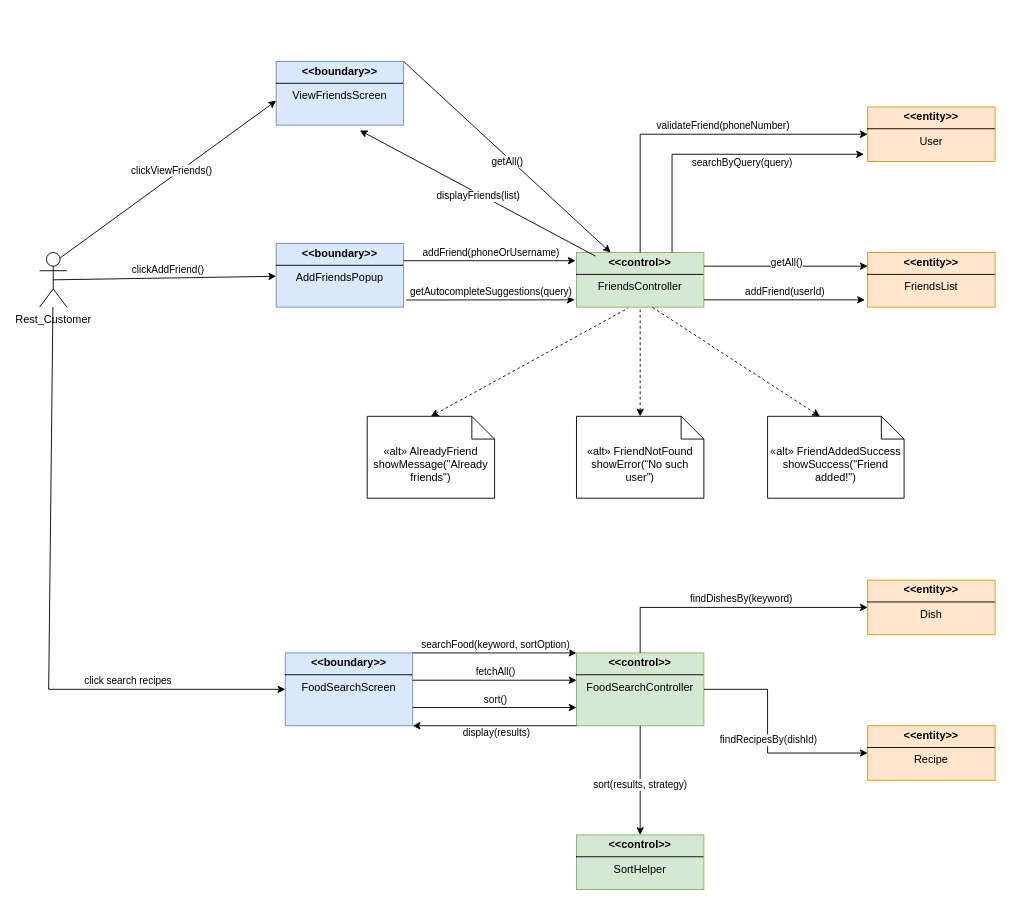
Above: Robustness-Diagram-v1.0/robustness_diagram_xristos.drawio in TMCEID/SoftEngFishApp (draw.io), before the change. Source tidied: cells renumbered, new cells numbered last; positions are measured from the earlier drawing's top-left corner, leaving out a move shared by most shapes. Both pictures are drawn from the tidied source at 91%, with x=0, y=0 at pixel (39, 61).
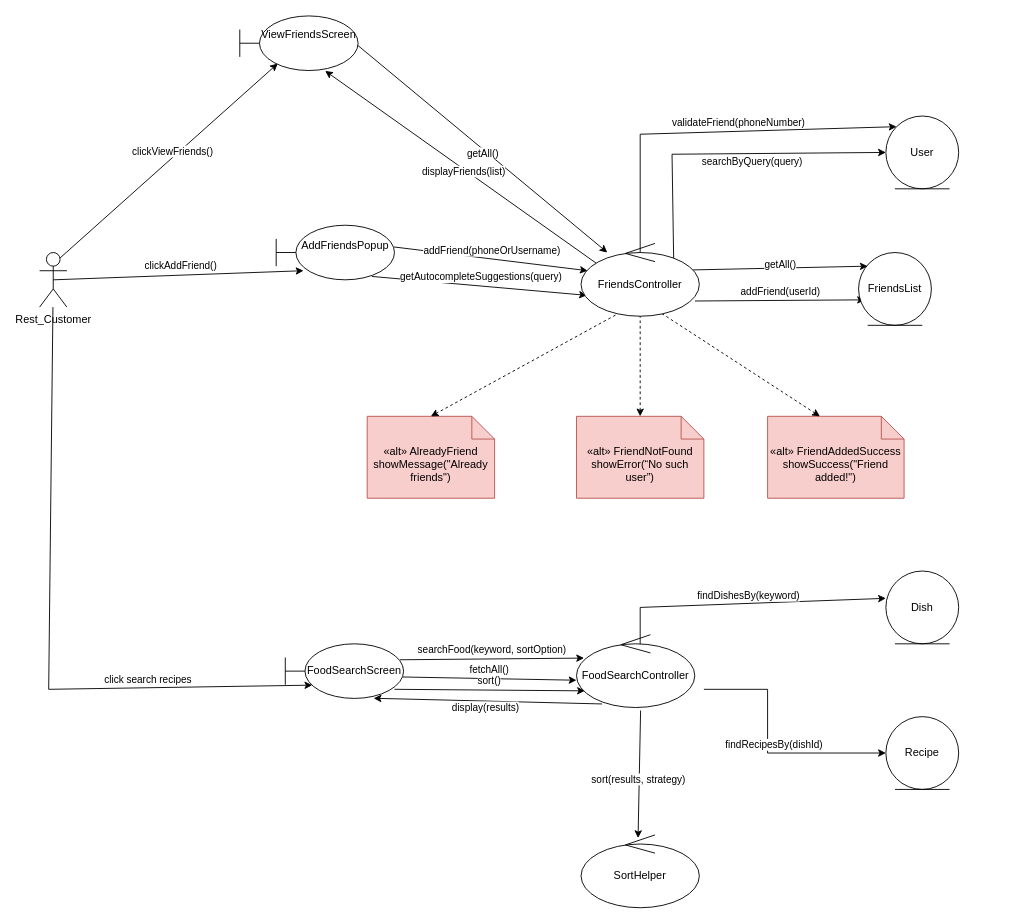
After the change.

The change refers to these unchanged cells:
```xml
<mxCell id="2" value="Rest_Customer" style="shape=umlActor;verticalLabelPosition=bottom;verticalAlign=top;html=1;" parent="1" vertex="1">
  <mxGeometry y="210" width="30" height="60" as="geometry" />
</mxCell>
```

Change to the diagram source:
```diff
@@
-    <mxCell id="3" value="&lt;p style=&quot;margin:0px;margin-top:4px;text-align:center;&quot;&gt;&lt;b&gt;&amp;lt;&amp;lt;boundary&amp;gt;&amp;gt;&lt;/b&gt;&lt;/p&gt;&lt;hr size=&quot;1&quot; style=&quot;border-style:solid;&quot;&gt;&lt;div style=&quot;text-align: center; height: 2px;&quot;&gt;AddFriendsPopup&lt;/div&gt;&lt;div style=&quot;text-align: center; height: 2px;&quot;&gt;&lt;br&gt;&lt;/div&gt;&lt;div style=&quot;text-align: center; height: 2px;&quot;&gt;&lt;br&gt;&lt;/div&gt;&lt;div style=&quot;text-align: center; height: 2px;&quot;&gt;&lt;br&gt;&lt;/div&gt;&lt;div style=&quot;text-align: center; height: 2px;&quot;&gt;&lt;br&gt;&lt;/div&gt;&lt;div style=&quot;text-align: center; height: 2px;&quot;&gt;&lt;br&gt;&lt;/div&gt;&lt;div style=&quot;text-align: center; height: 2px;&quot;&gt;&lt;br&gt;&lt;/div&gt;" style="verticalAlign=top;align=left;overflow=fill;html=1;whiteSpace=wrap;fillColor=#dae8fc;strokeColor=#6c8ebf;" parent="1" vertex="1">
-      <mxGeometry x="260" y="200" width="140" height="70" as="geometry" />
-    </mxCell>
-    <mxCell id="4" style="endArrow=classic;html=1;rounded=0;exitX=0.5;exitY=0.5;exitDx=0;exitDy=0;exitPerimeter=0;" parent="1" edge="1" source="2" target="3">
+    <mxCell id="4" style="endArrow=classic;html=1;rounded=0;exitX=0.5;exitY=0.5;exitDx=0;exitDy=0;exitPerimeter=0;entryX=0.231;entryY=0.833;entryDx=0;entryDy=0;entryPerimeter=0;" parent="1" edge="1" source="2" target="56">
       <mxGeometry relative="1" as="geometry" />
     </mxCell>
@@
-    <mxCell id="6" value="&lt;p style=&quot;margin:0px;margin-top:4px;text-align:center;&quot;&gt;&lt;b&gt;&amp;lt;&amp;lt;control&amp;gt;&amp;gt;&lt;/b&gt;&lt;/p&gt;&lt;hr size=&quot;1&quot; style=&quot;border-style:solid;&quot;&gt;&lt;div style=&quot;text-align: center; height: 2px;&quot;&gt;FriendsController&lt;/div&gt;" style="verticalAlign=top;align=left;overflow=fill;html=1;whiteSpace=wrap;fillColor=#d5e8d4;strokeColor=#82b366;" parent="1" vertex="1">
-      <mxGeometry x="590" y="210" width="140" height="60" as="geometry" />
-    </mxCell>
-    <mxCell id="7" style="endArrow=classic;html=1;rounded=0;entryX=-0.007;entryY=0.15;entryDx=0;entryDy=0;entryPerimeter=0;" parent="1" edge="1" target="6">
-      <mxGeometry relative="1" as="geometry">
-        <mxPoint x="400" y="219" as="sourcePoint" />
-      </mxGeometry>
+    <mxCell id="7" style="endArrow=classic;html=1;rounded=0;entryX=0.056;entryY=0.375;entryDx=0;entryDy=0;entryPerimeter=0;exitX=0.996;exitY=0.398;exitDx=0;exitDy=0;exitPerimeter=0;" parent="1" edge="1" source="56" target="57">
+      <mxGeometry relative="1" as="geometry" />
     </mxCell>
@@
-    <mxCell id="9" value="&lt;p style=&quot;margin:0px;margin-top:4px;text-align:center;&quot;&gt;&lt;b&gt;&amp;lt;&amp;lt;entity&amp;gt;&amp;gt;&lt;/b&gt;&lt;/p&gt;&lt;hr size=&quot;1&quot; style=&quot;border-style:solid;&quot;&gt;&lt;div style=&quot;text-align: center; height: 2px;&quot;&gt;FriendsList&lt;/div&gt;" style="verticalAlign=top;align=left;overflow=fill;html=1;whiteSpace=wrap;fillColor=#ffe6cc;strokeColor=#d79b00;" parent="1" vertex="1">
-      <mxGeometry x="910" y="210" width="140" height="60" as="geometry" />
-    </mxCell>
-    <mxCell id="10" style="endArrow=classic;html=1;rounded=0;exitX=1;exitY=0.867;exitDx=0;exitDy=0;exitPerimeter=0;" parent="1" edge="1" source="6">
+    <mxCell id="10" style="endArrow=classic;html=1;rounded=0;exitX=0.963;exitY=0.791;exitDx=0;exitDy=0;exitPerimeter=0;" parent="1" edge="1" source="57">
       <mxGeometry relative="1" as="geometry">
         <mxPoint x="907" y="262" as="targetPoint" />
       </mxGeometry>
     </mxCell>
@@
-    <mxCell id="12" value="&lt;p style=&quot;margin:0px;margin-top:4px;text-align:center;&quot;&gt;&lt;b&gt;&amp;lt;&amp;lt;entity&amp;gt;&amp;gt;&lt;/b&gt;&lt;/p&gt;&lt;hr size=&quot;1&quot; style=&quot;border-style:solid;&quot;&gt;&lt;div style=&quot;text-align: center; height: 2px;&quot;&gt;User&lt;/div&gt;" style="verticalAlign=top;align=left;overflow=fill;html=1;whiteSpace=wrap;fillColor=#ffe6cc;strokeColor=#d79b00;" parent="1" vertex="1">
-      <mxGeometry x="910" y="50" width="140" height="60" as="geometry" />
-    </mxCell>
-    <mxCell id="13" style="endArrow=classic;html=1;rounded=0;" parent="1" edge="1" source="6" target="12">
+    <mxCell id="13" style="endArrow=classic;html=1;rounded=0;entryX=0;entryY=0;entryDx=0;entryDy=0;" parent="1" edge="1" target="59">
       <mxGeometry relative="1" as="geometry">
+        <mxPoint x="660" y="210" as="sourcePoint" />
         <Array as="points">
           <mxPoint x="660" y="80" />
         </Array>
       </mxGeometry>
     </mxCell>
@@
-    <mxCell id="15" value="&lt;div&gt;«alt» FriendNotFound&lt;/div&gt;&lt;div&gt;showError(“No such user”)&lt;/div&gt;" style="shape=note2;boundedLbl=1;whiteSpace=wrap;html=1;size=25;verticalAlign=top;align=center;" parent="1" vertex="1">
+    <mxCell id="15" value="&lt;div&gt;«alt» FriendNotFound&lt;/div&gt;&lt;div&gt;showError(“No such user”)&lt;/div&gt;" style="shape=note2;boundedLbl=1;whiteSpace=wrap;html=1;size=25;verticalAlign=top;align=center;fillColor=#f8cecc;strokeColor=#b85450;" parent="1" vertex="1">
       <mxGeometry x="590" y="390" width="140" height="90" as="geometry" />
     </mxCell>
-    <mxCell id="16" style="endArrow=none;dashed=1;html=1;rounded=0;strokeColor=default;startArrow=classic;startFill=1;" parent="1" edge="1" source="15" target="6">
-      <mxGeometry relative="1" as="geometry" />
+    <mxCell id="16" style="endArrow=none;dashed=1;html=1;rounded=0;strokeColor=default;startArrow=classic;startFill=1;" parent="1" edge="1" source="15">
+      <mxGeometry relative="1" as="geometry">
+        <mxPoint x="660" y="270" as="targetPoint" />
+      </mxGeometry>
     </mxCell>
-    <mxCell id="17" value="&lt;p style=&quot;margin:0px;margin-top:4px;text-align:center;&quot;&gt;&lt;b&gt;&amp;lt;&amp;lt;boundary&amp;gt;&amp;gt;&lt;/b&gt;&lt;/p&gt;&lt;hr size=&quot;1&quot; style=&quot;border-style:solid;&quot;&gt;&lt;div style=&quot;text-align: center; height: 2px;&quot;&gt;FoodSearchScreen&lt;/div&gt;" style="verticalAlign=top;align=left;overflow=fill;html=1;whiteSpace=wrap;fillColor=#dae8fc;strokeColor=#6c8ebf;" parent="1" vertex="1">
-      <mxGeometry x="270" y="650" width="140" height="80" as="geometry" />
-    </mxCell>
-    <mxCell id="18" style="endArrow=classic;html=1;rounded=0;" parent="1" edge="1" source="2" target="17">
+    <mxCell id="18" style="endArrow=classic;html=1;rounded=0;entryX=0.228;entryY=0.757;entryDx=0;entryDy=0;entryPerimeter=0;" parent="1" edge="1" source="2" target="60">
       <mxGeometry relative="1" as="geometry">
         <Array as="points">
           <mxPoint x="10" y="690" />
         </Array>
       </mxGeometry>
     </mxCell>
@@
-    <mxCell id="20" value="&lt;p style=&quot;margin:0px;margin-top:4px;text-align:center;&quot;&gt;&lt;b&gt;&amp;lt;&amp;lt;control&amp;gt;&amp;gt;&lt;/b&gt;&lt;/p&gt;&lt;hr size=&quot;1&quot; style=&quot;border-style:solid;&quot;&gt;&lt;div style=&quot;text-align: center; height: 2px;&quot;&gt;FoodSearchController&lt;/div&gt;" style="verticalAlign=top;align=left;overflow=fill;html=1;whiteSpace=wrap;fillColor=#d5e8d4;strokeColor=#82b366;" parent="1" vertex="1">
-      <mxGeometry x="590" y="650" width="140" height="80" as="geometry" />
-    </mxCell>
-    <mxCell id="21" style="endArrow=classic;html=1;rounded=0;exitX=1;exitY=0;exitDx=0;exitDy=0;entryX=0;entryY=0;entryDx=0;entryDy=0;" parent="1" edge="1" source="17" target="20">
+    <mxCell id="21" style="endArrow=classic;html=1;rounded=0;exitX=0.968;exitY=0.292;exitDx=0;exitDy=0;entryX=0.064;entryY=0.321;entryDx=0;entryDy=0;exitPerimeter=0;entryPerimeter=0;" parent="1" edge="1" source="60" target="61">
       <mxGeometry relative="1" as="geometry" />
     </mxCell>
@@
-    <mxCell id="23" value="&lt;p style=&quot;margin:0px;margin-top:4px;text-align:center;&quot;&gt;&lt;b&gt;&amp;lt;&amp;lt;entity&amp;gt;&amp;gt;&lt;/b&gt;&lt;/p&gt;&lt;hr size=&quot;1&quot; style=&quot;border-style:solid;&quot;&gt;&lt;div style=&quot;text-align: center; height: 2px;&quot;&gt;Dish&lt;/div&gt;" style="verticalAlign=top;align=left;overflow=fill;html=1;whiteSpace=wrap;fillColor=#ffe6cc;strokeColor=#d79b00;" parent="1" vertex="1">
-      <mxGeometry x="910" y="570" width="140" height="60" as="geometry" />
-    </mxCell>
-    <mxCell id="24" value="&lt;p style=&quot;margin:0px;margin-top:4px;text-align:center;&quot;&gt;&lt;b&gt;&amp;lt;&amp;lt;entity&amp;gt;&amp;gt;&lt;/b&gt;&lt;/p&gt;&lt;hr size=&quot;1&quot; style=&quot;border-style:solid;&quot;&gt;&lt;div style=&quot;text-align: center; height: 2px;&quot;&gt;Recipe&lt;/div&gt;" style="verticalAlign=top;align=left;overflow=fill;html=1;whiteSpace=wrap;fillColor=#ffe6cc;strokeColor=#d79b00;" parent="1" vertex="1">
-      <mxGeometry x="910" y="730" width="140" height="60" as="geometry" />
-    </mxCell>
-    <mxCell id="25" style="endArrow=classic;html=1;rounded=0;" parent="1" edge="1" source="20" target="23">
+    <mxCell id="25" style="endArrow=classic;html=1;rounded=0;entryX=0;entryY=0.375;entryDx=0;entryDy=0;entryPerimeter=0;" parent="1" edge="1" target="64">
       <mxGeometry relative="1" as="geometry">
+        <mxPoint x="660" y="650" as="sourcePoint" />
         <Array as="points">
           <mxPoint x="660" y="600" />
         </Array>
       </mxGeometry>
     </mxCell>
@@
-    <mxCell id="27" style="endArrow=classic;html=1;rounded=0;" parent="1" edge="1" source="20" target="24">
+    <mxCell id="27" style="endArrow=classic;html=1;rounded=0;entryX=0;entryY=0.5;entryDx=0;entryDy=0;" parent="1" edge="1" target="63">
       <mxGeometry relative="1" as="geometry">
+        <mxPoint x="730" y="690" as="sourcePoint" />
         <Array as="points">
           <mxPoint x="800" y="690" />
           <mxPoint x="800" y="760" />
         </Array>
       </mxGeometry>
     </mxCell>
@@
-    <mxCell id="29" value="&lt;p style=&quot;margin:0px;margin-top:4px;text-align:center;&quot;&gt;&lt;b&gt;&amp;lt;&amp;lt;control&amp;gt;&amp;gt;&lt;/b&gt;&lt;/p&gt;&lt;hr size=&quot;1&quot; style=&quot;border-style:solid;&quot;&gt;&lt;div style=&quot;text-align: center; height: 2px;&quot;&gt;SortHelper&lt;/div&gt;" style="verticalAlign=top;align=left;overflow=fill;html=1;whiteSpace=wrap;fillColor=#d5e8d4;strokeColor=#82b366;" parent="1" vertex="1">
-      <mxGeometry x="590" y="850" width="140" height="60" as="geometry" />
-    </mxCell>
-    <mxCell id="30" style="endArrow=classic;html=1;rounded=0;" parent="1" edge="1" source="20" target="29">
+    <mxCell id="30" style="endArrow=classic;html=1;rounded=0;exitX=0.542;exitY=1.041;exitDx=0;exitDy=0;exitPerimeter=0;entryX=0.482;entryY=0.043;entryDx=0;entryDy=0;entryPerimeter=0;" parent="1" edge="1" source="61" target="62">
       <mxGeometry relative="1" as="geometry" />
     </mxCell>
@@
-    <mxCell id="32" style="endArrow=classic;html=1;rounded=0;entryX=1;entryY=1;entryDx=0;entryDy=0;exitX=0;exitY=1;exitDx=0;exitDy=0;" parent="1" edge="1" source="20" target="17">
+    <mxCell id="32" style="endArrow=classic;html=1;rounded=0;entryX=0.747;entryY=0.997;entryDx=0;entryDy=0;exitX=0.216;exitY=0.951;exitDx=0;exitDy=0;entryPerimeter=0;exitPerimeter=0;" parent="1" edge="1" source="61" target="60">
       <mxGeometry relative="1" as="geometry" />
     </mxCell>
@@
-    <mxCell id="34" style="endArrow=classic;html=1;rounded=0;exitX=1;exitY=0;exitDx=0;exitDy=0;" parent="1" edge="1" source="38" target="6">
-      <mxGeometry relative="1" as="geometry" />
+    <mxCell id="34" style="endArrow=classic;html=1;rounded=0;exitX=0.999;exitY=0.542;exitDx=0;exitDy=0;exitPerimeter=0;" parent="1" edge="1" source="55">
+      <mxGeometry relative="1" as="geometry">
+        <mxPoint x="623.9" y="210" as="targetPoint" />
+      </mxGeometry>
     </mxCell>
@@
-    <mxCell id="36" style="endArrow=classic;html=1;rounded=0;entryX=0;entryY=0.617;entryDx=0;entryDy=0;entryPerimeter=0;exitX=0.75;exitY=0.1;exitDx=0;exitDy=0;exitPerimeter=0;" parent="1" edge="1" source="2" target="38">
+    <mxCell id="36" style="endArrow=classic;html=1;rounded=0;entryX=0.321;entryY=0.872;entryDx=0;entryDy=0;entryPerimeter=0;exitX=0.75;exitY=0.1;exitDx=0;exitDy=0;exitPerimeter=0;" parent="1" edge="1" source="2" target="55">
       <mxGeometry relative="1" as="geometry" />
     </mxCell>
@@
-    <mxCell id="38" value="&lt;p style=&quot;margin:0px;margin-top:4px;text-align:center;&quot;&gt;&lt;b&gt;&amp;lt;&amp;lt;boundary&amp;gt;&amp;gt;&lt;/b&gt;&lt;/p&gt;&lt;hr size=&quot;1&quot; style=&quot;border-style:solid;&quot;&gt;&lt;div style=&quot;text-align: center; height: 2px;&quot;&gt;ViewFriendsScreen&lt;/div&gt;&lt;div style=&quot;text-align: center; height: 2px;&quot;&gt;&lt;br&gt;&lt;/div&gt;&lt;div style=&quot;text-align: center; height: 2px;&quot;&gt;&lt;br&gt;&lt;/div&gt;&lt;div style=&quot;text-align: center; height: 2px;&quot;&gt;&lt;br&gt;&lt;/div&gt;&lt;div style=&quot;text-align: center; height: 2px;&quot;&gt;&lt;br&gt;&lt;/div&gt;&lt;div style=&quot;text-align: center; height: 2px;&quot;&gt;&lt;br&gt;&lt;/div&gt;&lt;div style=&quot;text-align: center; height: 2px;&quot;&gt;&lt;br&gt;&lt;/div&gt;&lt;div style=&quot;text-align: center; height: 2px;&quot;&gt;&lt;br&gt;&lt;/div&gt;&lt;div style=&quot;text-align: center; height: 2px;&quot;&gt;&lt;br&gt;&lt;/div&gt;&lt;div style=&quot;text-align: center; height: 2px;&quot;&gt;&lt;br&gt;&lt;/div&gt;&lt;div style=&quot;text-align: center; height: 2px;&quot;&gt;&lt;br&gt;&lt;/div&gt;&lt;div style=&quot;text-align: center; height: 2px;&quot;&gt;&lt;br&gt;&lt;/div&gt;&lt;div style=&quot;text-align: center; height: 2px;&quot;&gt;&lt;br&gt;&lt;/div&gt;&lt;div style=&quot;text-align: center; height: 2px;&quot;&gt;&lt;br&gt;&lt;/div&gt;" style="verticalAlign=top;align=left;overflow=fill;html=1;whiteSpace=wrap;fillColor=#dae8fc;strokeColor=#6c8ebf;" parent="1" vertex="1">
-      <mxGeometry x="260" width="140" height="70" as="geometry" />
-    </mxCell>
-    <mxCell id="39" style="endArrow=classic;html=1;rounded=0;exitX=0.15;exitY=0.067;exitDx=0;exitDy=0;exitPerimeter=0;entryX=0.657;entryY=1.083;entryDx=0;entryDy=0;entryPerimeter=0;" parent="1" edge="1" source="6" target="38">
+    <mxCell id="39" style="endArrow=classic;html=1;rounded=0;exitX=0.16;exitY=0.308;exitDx=0;exitDy=0;exitPerimeter=0;entryX=0.722;entryY=1.007;entryDx=0;entryDy=0;entryPerimeter=0;" parent="1" edge="1" source="57" target="55">
       <mxGeometry relative="1" as="geometry" />
     </mxCell>
@@
-    <mxCell id="41" value="&lt;div&gt;«alt» AlreadyFriend&lt;/div&gt;&lt;div&gt;showMessage(&quot;Already friends&quot;)&lt;/div&gt;" style="shape=note2;boundedLbl=1;whiteSpace=wrap;html=1;size=25;verticalAlign=top;align=center;" parent="1" vertex="1">
+    <mxCell id="41" value="&lt;div&gt;«alt» AlreadyFriend&lt;/div&gt;&lt;div&gt;showMessage(&quot;Already friends&quot;)&lt;/div&gt;" style="shape=note2;boundedLbl=1;whiteSpace=wrap;html=1;size=25;verticalAlign=top;align=center;fillColor=#f8cecc;strokeColor=#b85450;" parent="1" vertex="1">
       <mxGeometry x="360" y="390" width="140" height="90" as="geometry" />
     </mxCell>
-    <mxCell id="42" value="&lt;div&gt;«alt» FriendAddedSuccess&lt;/div&gt;&lt;div&gt;showSuccess(&quot;Friend added!&quot;)&lt;/div&gt;" style="shape=note2;boundedLbl=1;whiteSpace=wrap;html=1;size=25;verticalAlign=top;align=center;" parent="1" vertex="1">
+    <mxCell id="42" value="&lt;div&gt;«alt» FriendAddedSuccess&lt;/div&gt;&lt;div&gt;showSuccess(&quot;Friend added!&quot;)&lt;/div&gt;" style="shape=note2;boundedLbl=1;whiteSpace=wrap;html=1;size=25;verticalAlign=top;align=center;fillColor=#f8cecc;strokeColor=#b85450;" parent="1" vertex="1">
       <mxGeometry x="800" y="390" width="150" height="90" as="geometry" />
     </mxCell>
-    <mxCell id="43" style="endArrow=none;dashed=1;html=1;rounded=0;strokeColor=default;startArrow=classic;startFill=1;exitX=0.5;exitY=0;exitDx=0;exitDy=0;exitPerimeter=0;entryX=0.407;entryY=1.017;entryDx=0;entryDy=0;entryPerimeter=0;" parent="1" edge="1" source="41" target="6">
-      <mxGeometry relative="1" as="geometry" />
+    <mxCell id="43" style="endArrow=none;dashed=1;html=1;rounded=0;strokeColor=default;startArrow=classic;startFill=1;exitX=0.5;exitY=0;exitDx=0;exitDy=0;exitPerimeter=0;entryX=0.407;entryY=1.017;entryDx=0;entryDy=0;entryPerimeter=0;" parent="1" edge="1" source="41">
+      <mxGeometry relative="1" as="geometry">
+        <mxPoint x="647" y="271" as="targetPoint" />
+      </mxGeometry>
     </mxCell>
-    <mxCell id="44" style="endArrow=none;dashed=1;html=1;rounded=0;strokeColor=default;startArrow=classic;startFill=1;exitX=0;exitY=0;exitDx=57.5;exitDy=0;exitPerimeter=0;entryX=0.593;entryY=1;entryDx=0;entryDy=0;entryPerimeter=0;" parent="1" edge="1" source="42" target="6">
-      <mxGeometry relative="1" as="geometry" />
+    <mxCell id="44" style="endArrow=none;dashed=1;html=1;rounded=0;strokeColor=default;startArrow=classic;startFill=1;exitX=0;exitY=0;exitDx=57.5;exitDy=0;exitPerimeter=0;entryX=0.593;entryY=1;entryDx=0;entryDy=0;entryPerimeter=0;" parent="1" edge="1" source="42">
+      <mxGeometry relative="1" as="geometry">
+        <mxPoint x="673" y="270" as="targetPoint" />
+      </mxGeometry>
     </mxCell>
-    <mxCell id="45" style="endArrow=classic;html=1;rounded=0;exitX=1;exitY=0.25;exitDx=0;exitDy=0;entryX=0;entryY=0.25;entryDx=0;entryDy=0;" parent="1" edge="1" source="6" target="9">
-      <mxGeometry relative="1" as="geometry" />
+    <mxCell id="45" style="endArrow=classic;html=1;rounded=0;entryX=0;entryY=0.25;entryDx=0;entryDy=0;exitX=0.942;exitY=0.364;exitDx=0;exitDy=0;exitPerimeter=0;" parent="1" edge="1" source="57">
+      <mxGeometry relative="1" as="geometry">
+        <mxPoint x="910" y="225" as="targetPoint" />
+      </mxGeometry>
     </mxCell>
@@
-    <mxCell id="47" style="endArrow=classic;html=1;rounded=0;exitX=1.021;exitY=0.888;exitDx=0;exitDy=0;entryX=-0.014;entryY=0.867;entryDx=0;entryDy=0;exitPerimeter=0;entryPerimeter=0;" parent="1" edge="1" source="3" target="6">
+    <mxCell id="47" style="endArrow=classic;html=1;rounded=0;exitX=0.809;exitY=0.938;exitDx=0;exitDy=0;entryX=0.049;entryY=0.713;entryDx=0;entryDy=0;exitPerimeter=0;entryPerimeter=0;" parent="1" edge="1" source="56" target="57">
       <mxGeometry relative="1" as="geometry" />
     </mxCell>
@@
-    <mxCell id="49" style="endArrow=classic;html=1;rounded=0;exitX=0.75;exitY=0;exitDx=0;exitDy=0;entryX=-0.029;entryY=0.867;entryDx=0;entryDy=0;entryPerimeter=0;" parent="1" edge="1" source="6" target="12">
+    <mxCell id="49" style="endArrow=classic;html=1;rounded=0;exitX=0.783;exitY=0.217;exitDx=0;exitDy=0;entryX=0;entryY=0.5;entryDx=0;entryDy=0;exitPerimeter=0;" parent="1" edge="1" source="57" target="59">
       <mxGeometry relative="1" as="geometry">
         <Array as="points">
           <mxPoint x="695" y="102" />
         </Array>
       </mxGeometry>
     </mxCell>
@@
-    <mxCell id="51" style="endArrow=classic;html=1;rounded=0;exitX=1;exitY=0.375;exitDx=0;exitDy=0;exitPerimeter=0;" parent="1" edge="1" source="17">
+    <mxCell id="51" style="endArrow=classic;html=1;rounded=0;exitX=0.982;exitY=0.607;exitDx=0;exitDy=0;exitPerimeter=0;" parent="1" edge="1" source="60">
       <mxGeometry relative="1" as="geometry">
         <mxPoint x="590" y="680" as="targetPoint" />
       </mxGeometry>
     </mxCell>
@@
-    <mxCell id="53" style="endArrow=classic;html=1;rounded=0;exitX=1;exitY=0.75;exitDx=0;exitDy=0;" parent="1" edge="1" source="17">
-      <mxGeometry relative="1" as="geometry">
-        <mxPoint x="590" y="710" as="targetPoint" />
-      </mxGeometry>
+    <mxCell id="53" style="endArrow=classic;html=1;rounded=0;exitX=0.923;exitY=0.833;exitDx=0;exitDy=0;exitPerimeter=0;entryX=0.071;entryY=0.771;entryDx=0;entryDy=0;entryPerimeter=0;" parent="1" edge="1" source="60" target="61">
+      <mxGeometry relative="1" as="geometry" />
     </mxCell>
@@
+    <mxCell id="55" value="&lt;div style=&quot;text-align: center; height: 2px;&quot;&gt;ViewFriendsScreen&lt;/div&gt;&lt;div style=&quot;text-align: center; height: 2px;&quot;&gt;&lt;br&gt;&lt;/div&gt;&lt;div style=&quot;text-align: center; height: 2px;&quot;&gt;&lt;br&gt;&lt;/div&gt;&lt;div style=&quot;text-align: center; height: 2px;&quot;&gt;&lt;br&gt;&lt;/div&gt;&lt;div style=&quot;text-align: center; height: 2px;&quot;&gt;&lt;br&gt;&lt;br&gt;&lt;/div&gt;" style="shape=umlBoundary;whiteSpace=wrap;html=1;" parent="1" vertex="1">
+      <mxGeometry x="220" y="-50" width="130" height="60" as="geometry" />
+    </mxCell>
+    <mxCell id="56" value="&lt;div style=&quot;text-align: center; height: 2px;&quot;&gt;AddFriendsPopup&lt;/div&gt;&lt;div style=&quot;text-align: center; height: 2px;&quot;&gt;&lt;br&gt;&lt;/div&gt;&lt;div style=&quot;text-align: center; height: 2px;&quot;&gt;&lt;br&gt;&lt;br&gt;&lt;/div&gt;" style="shape=umlBoundary;whiteSpace=wrap;html=1;" parent="1" vertex="1">
+      <mxGeometry x="260" y="180" width="130" height="60" as="geometry" />
+    </mxCell>
+    <mxCell id="57" value="FriendsController" style="ellipse;shape=umlControl;whiteSpace=wrap;html=1;" parent="1" vertex="1">
+      <mxGeometry x="595" y="200" width="130" height="80" as="geometry" />
+    </mxCell>
+    <mxCell id="58" value="FriendsList" style="ellipse;shape=umlEntity;whiteSpace=wrap;html=1;" parent="1" vertex="1">
+      <mxGeometry x="900" y="210" width="80" height="80" as="geometry" />
+    </mxCell>
+    <mxCell id="59" value="User" style="ellipse;shape=umlEntity;whiteSpace=wrap;html=1;" parent="1" vertex="1">
+      <mxGeometry x="930" y="60" width="80" height="80" as="geometry" />
+    </mxCell>
+    <mxCell id="60" value="FoodSearchScreen" style="shape=umlBoundary;whiteSpace=wrap;html=1;" parent="1" vertex="1">
+      <mxGeometry x="270" y="640" width="130" height="60" as="geometry" />
+    </mxCell>
+    <mxCell id="61" value="FoodSearchController" style="ellipse;shape=umlControl;whiteSpace=wrap;html=1;" parent="1" vertex="1">
+      <mxGeometry x="590" y="630" width="130" height="80" as="geometry" />
+    </mxCell>
+    <mxCell id="62" value="SortHelper" style="ellipse;shape=umlControl;whiteSpace=wrap;html=1;" parent="1" vertex="1">
+      <mxGeometry x="595" y="850" width="130" height="80" as="geometry" />
+    </mxCell>
+    <mxCell id="63" value="Recipe" style="ellipse;shape=umlEntity;whiteSpace=wrap;html=1;" parent="1" vertex="1">
+      <mxGeometry x="930" y="720" width="80" height="80" as="geometry" />
+    </mxCell>
+    <mxCell id="64" value="Dish" style="ellipse;shape=umlEntity;whiteSpace=wrap;html=1;" parent="1" vertex="1">
+      <mxGeometry x="930" y="560" width="80" height="80" as="geometry" />
+    </mxCell>
```
